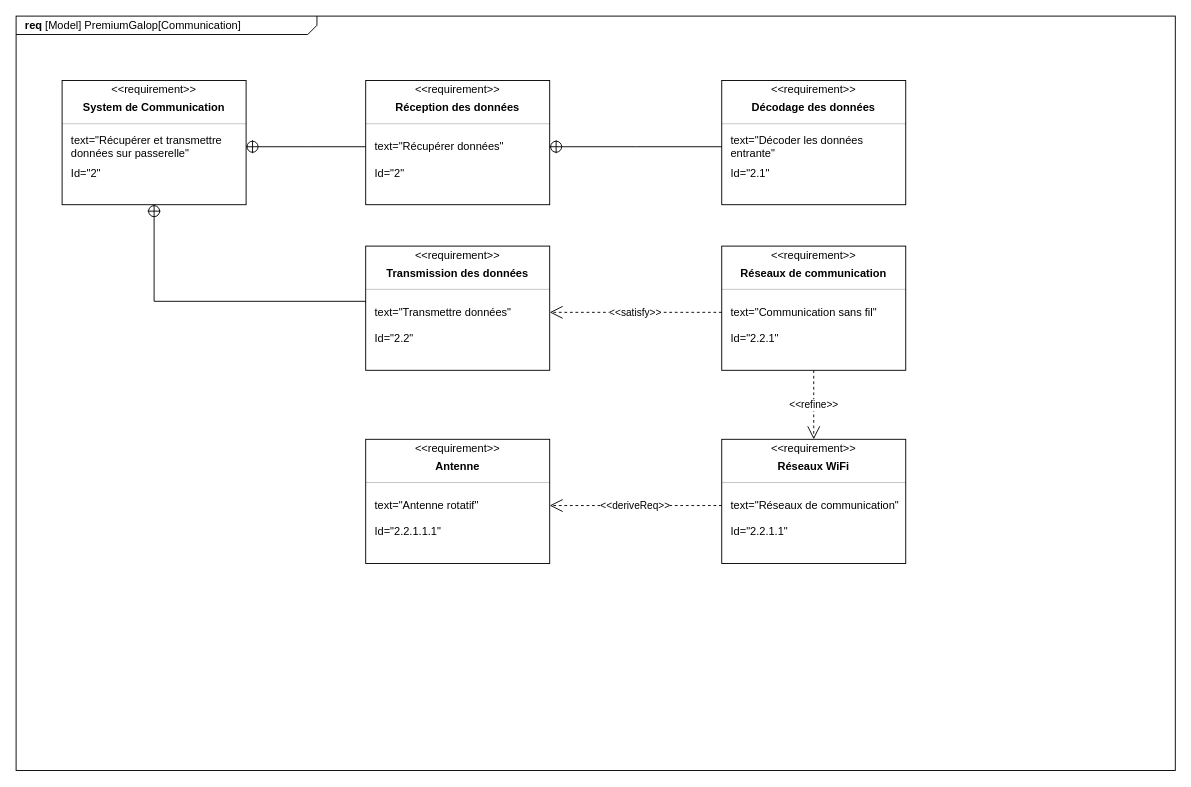
Before: SYSML/Requirement/D-requiremment_géolocalisation-T1.drawio in ToGen49/Hippodrome, a draw.io diagram. Source tidied: cells renumbered, new cells numbered last; positions are measured from the earlier drawing's top-left corner, leaving out a move shared by most shapes. Both pictures are drawn from the tidied source at 92%, with x=0, y=0 at pixel (16, 16).
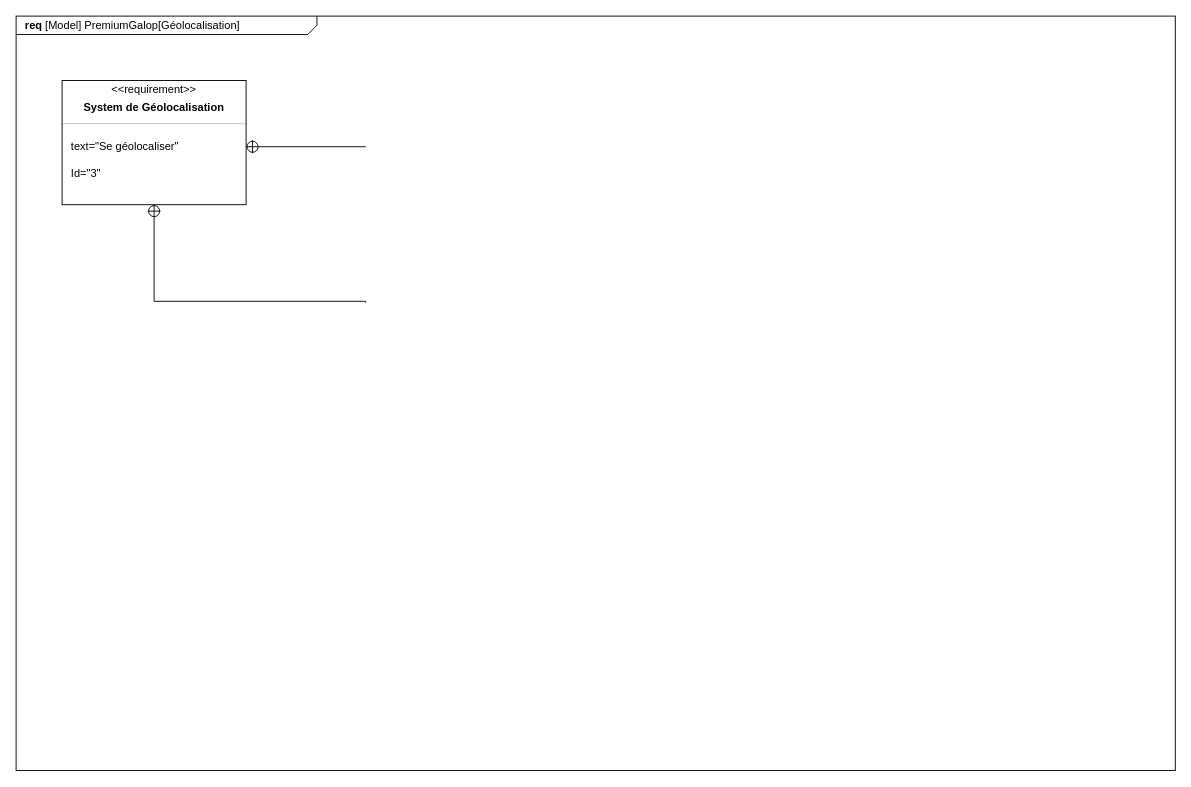
The same page after the edit.

Commit message (it also covers changes not shown here):
Mettre à jour D-requiremment_géolocalisation-T1.drawio

Unchanged cells that the change refers to:
```xml
<mxCell id="3" style="fontStyle=1;align=center;verticalAlign=middle;horizontal=1;" parent="1" vertex="1">
  <mxGeometry x="50" y="70" width="200" height="135" as="geometry" />
</mxCell>
<mxCell id="9" style="html=1;align=center;spacing=0;verticalAlign=middle;strokeColor=none;fillColor=none;whiteSpace=wrap;" parent="3" vertex="1">
  <mxGeometry y="109" width="200" height="26" as="geometry" />
</mxCell>
```

Diff of the diagram source:
```diff
@@
-    <mxCell id="2" value="&lt;p style=&quot;margin: 0px ; margin-top: 4px ; margin-left: 10px ; text-align: left&quot;&gt;&lt;b&gt;req&lt;/b&gt; [Model] PremiumGalop[Communication]&lt;/p&gt;" style="html=1;strokeWidth=1;shape=mxgraph.sysml.package;html=1;overflow=fill;whiteSpace=wrap;fillColor=none;gradientColor=none;fontSize=12;align=center;labelX=327.64;" parent="1" vertex="1">
+    <mxCell id="2" value="&lt;p style=&quot;margin: 0px ; margin-top: 4px ; margin-left: 10px ; text-align: left&quot;&gt;&lt;b&gt;req&lt;/b&gt; [Model] PremiumGalop[Géolocalisation]&lt;/p&gt;" style="html=1;strokeWidth=1;shape=mxgraph.sysml.package;html=1;overflow=fill;whiteSpace=wrap;fillColor=none;gradientColor=none;fontSize=12;align=center;labelX=327.64;" parent="1" vertex="1">
       <mxGeometry width="1260" height="820" as="geometry" />
     </mxCell>
@@
-    <mxCell id="5" value="System de Communication" style="html=1;align=center;spacing=0;verticalAlign=middle;strokeColor=none;fillColor=none;whiteSpace=wrap;fontStyle=1;" parent="3" vertex="1">
+    <mxCell id="5" value="System de Géolocalisation" style="html=1;align=center;spacing=0;verticalAlign=middle;strokeColor=none;fillColor=none;whiteSpace=wrap;fontStyle=1;" parent="3" vertex="1">
       <mxGeometry y="16" width="200" height="27" as="geometry" />
     </mxCell>
@@
-    <mxCell id="7" value="text=&quot;Récupérer et transmettre données sur passerelle&quot;" style="html=1;align=left;spacing=0;verticalAlign=middle;strokeColor=none;fillColor=none;whiteSpace=wrap;spacingLeft=10;" parent="3" vertex="1">
+    <mxCell id="7" value="text=&quot;Se géolocaliser&quot;" style="html=1;align=left;spacing=0;verticalAlign=middle;strokeColor=none;fillColor=none;whiteSpace=wrap;spacingLeft=10;" parent="3" vertex="1">
       <mxGeometry y="51" width="200" height="42" as="geometry" />
     </mxCell>
-    <mxCell id="8" value="Id=&quot;2&lt;span style=&quot;background-color: transparent; color: light-dark(rgb(0, 0, 0), rgb(255, 255, 255));&quot;&gt;&quot;&lt;/span&gt;" style="html=1;align=left;spacing=0;verticalAlign=middle;strokeColor=none;fillColor=none;whiteSpace=wrap;spacingLeft=10;" parent="3" vertex="1">
+    <mxCell id="8" value="Id=&quot;3&lt;span style=&quot;background-color: transparent; color: light-dark(rgb(0, 0, 0), rgb(255, 255, 255));&quot;&gt;&quot;&lt;/span&gt;" style="html=1;align=left;spacing=0;verticalAlign=middle;strokeColor=none;fillColor=none;whiteSpace=wrap;spacingLeft=10;" parent="3" vertex="1">
       <mxGeometry y="93" width="200" height="16" as="geometry" />
     </mxCell>
@@
-    <mxCell id="10" style="rounded=0;html=1;labelBackgroundColor=none;endArrow=none;edgeStyle=elbowEdgeStyle;elbow=vertical;startArrow=sysMLPackCont;startSize=12;exitX=1;exitY=0.5;exitDx=0;exitDy=0;entryX=0;entryY=0.5;entryDx=0;entryDy=0;" parent="1" edge="1" source="7" target="30">
-      <mxGeometry relative="1" as="geometry" />
+    <mxCell id="10" style="rounded=0;html=1;labelBackgroundColor=none;endArrow=none;edgeStyle=elbowEdgeStyle;elbow=vertical;startArrow=sysMLPackCont;startSize=12;exitX=1;exitY=0.5;exitDx=0;exitDy=0;entryX=0;entryY=0.5;entryDx=0;entryDy=0;" parent="1" edge="1" source="7">
+      <mxGeometry relative="1" as="geometry">
+        <mxPoint x="380" y="142" as="targetPoint" />
+      </mxGeometry>
     </mxCell>
-    <mxCell id="11" style="rounded=0;html=1;labelBackgroundColor=none;endArrow=none;edgeStyle=elbowEdgeStyle;elbow=vertical;startArrow=sysMLPackCont;startSize=12;entryX=0;entryY=0.25;entryDx=0;entryDy=0;exitX=0.5;exitY=1;exitDx=0;exitDy=0;" parent="1" edge="1" source="9" target="23">
+    <mxCell id="11" style="rounded=0;html=1;labelBackgroundColor=none;endArrow=none;edgeStyle=elbowEdgeStyle;elbow=vertical;startArrow=sysMLPackCont;startSize=12;entryX=0;entryY=0.25;entryDx=0;entryDy=0;exitX=0.5;exitY=1;exitDx=0;exitDy=0;" parent="1" edge="1" source="9">
       <mxGeometry relative="1" as="geometry">
+        <mxPoint x="380" y="311.5" as="targetPoint" />
         <Array as="points">
           <mxPoint x="250" y="310" />
         </Array>
       </mxGeometry>
     </mxCell>
-    <mxCell id="12" style="fontStyle=1;align=center;verticalAlign=middle;horizontal=1;" parent="1" vertex="1">
-      <mxGeometry x="767" y="70" width="200" height="135" as="geometry" />
-    </mxCell>
-    <mxCell id="13" value="&amp;lt;&amp;lt;requirement&amp;gt;&amp;gt;" style="html=1;align=center;spacing=0;verticalAlign=middle;strokeColor=none;fillColor=none;whiteSpace=wrap;spacingTop=3;" parent="12" vertex="1">
-      <mxGeometry width="200" height="16" as="geometry" />
-    </mxCell>
-    <mxCell id="14" value="Décodage des données" style="html=1;align=center;spacing=0;verticalAlign=middle;strokeColor=none;fillColor=none;whiteSpace=wrap;fontStyle=1;" parent="12" vertex="1">
-      <mxGeometry y="16" width="200" height="27" as="geometry" />
-    </mxCell>
-    <mxCell id="15" style="line;strokeWidth=0.25;fillColor=none;align=left;verticalAlign=middle;spacingTop=-1;spacingLeft=3;spacingRight=3;labelPosition=right;" parent="12" vertex="1">
-      <mxGeometry y="43" width="200" height="8" as="geometry" />
-    </mxCell>
-    <mxCell id="16" value="text=&quot;Décoder les données entrante&quot;" style="html=1;align=left;spacing=0;verticalAlign=middle;strokeColor=none;fillColor=none;whiteSpace=wrap;spacingLeft=10;" parent="12" vertex="1">
-      <mxGeometry y="51" width="200" height="42" as="geometry" />
-    </mxCell>
-    <mxCell id="17" value="Id=&quot;2.1&lt;span style=&quot;background-color: transparent; color: light-dark(rgb(0, 0, 0), rgb(255, 255, 255));&quot;&gt;&quot;&lt;/span&gt;" style="html=1;align=left;spacing=0;verticalAlign=middle;strokeColor=none;fillColor=none;whiteSpace=wrap;spacingLeft=10;" parent="12" vertex="1">
-      <mxGeometry y="93" width="200" height="16" as="geometry" />
-    </mxCell>
-    <mxCell id="18" style="html=1;align=center;spacing=0;verticalAlign=middle;strokeColor=none;fillColor=none;whiteSpace=wrap;" parent="12" vertex="1">
-      <mxGeometry y="109" width="200" height="26" as="geometry" />
-    </mxCell>
-    <mxCell id="19" style="fontStyle=1;align=center;verticalAlign=middle;horizontal=1;" parent="1" vertex="1">
-      <mxGeometry x="380" y="250" width="200" height="135" as="geometry" />
-    </mxCell>
-    <mxCell id="20" value="&amp;lt;&amp;lt;requirement&amp;gt;&amp;gt;" style="html=1;align=center;spacing=0;verticalAlign=middle;strokeColor=none;fillColor=none;whiteSpace=wrap;spacingTop=3;" parent="19" vertex="1">
-      <mxGeometry width="200" height="16" as="geometry" />
-    </mxCell>
-    <mxCell id="21" value="Transmission des données" style="html=1;align=center;spacing=0;verticalAlign=middle;strokeColor=none;fillColor=none;whiteSpace=wrap;fontStyle=1;" parent="19" vertex="1">
-      <mxGeometry y="16" width="200" height="27" as="geometry" />
-    </mxCell>
-    <mxCell id="22" style="line;strokeWidth=0.25;fillColor=none;align=left;verticalAlign=middle;spacingTop=-1;spacingLeft=3;spacingRight=3;labelPosition=right;" parent="19" vertex="1">
-      <mxGeometry y="43" width="200" height="8" as="geometry" />
-    </mxCell>
-    <mxCell id="23" value="text=&quot;Transmettre données&quot;" style="html=1;align=left;spacing=0;verticalAlign=middle;strokeColor=none;fillColor=none;whiteSpace=wrap;spacingLeft=10;" parent="19" vertex="1">
-      <mxGeometry y="51" width="200" height="42" as="geometry" />
-    </mxCell>
-    <mxCell id="24" value="Id=&quot;2.2&lt;span style=&quot;background-color: transparent; color: light-dark(rgb(0, 0, 0), rgb(255, 255, 255));&quot;&gt;&quot;&lt;/span&gt;" style="html=1;align=left;spacing=0;verticalAlign=middle;strokeColor=none;fillColor=none;whiteSpace=wrap;spacingLeft=10;" parent="19" vertex="1">
-      <mxGeometry y="93" width="200" height="16" as="geometry" />
-    </mxCell>
-    <mxCell id="25" style="html=1;align=center;spacing=0;verticalAlign=middle;strokeColor=none;fillColor=none;whiteSpace=wrap;" parent="19" vertex="1">
-      <mxGeometry y="109" width="200" height="26" as="geometry" />
-    </mxCell>
-    <mxCell id="26" style="fontStyle=1;align=center;verticalAlign=middle;horizontal=1;" parent="1" vertex="1">
-      <mxGeometry x="380" y="70" width="200" height="135" as="geometry" />
-    </mxCell>
-    <mxCell id="27" value="&amp;lt;&amp;lt;requirement&amp;gt;&amp;gt;" style="html=1;align=center;spacing=0;verticalAlign=middle;strokeColor=none;fillColor=none;whiteSpace=wrap;spacingTop=3;" parent="26" vertex="1">
-      <mxGeometry width="200" height="16" as="geometry" />
-    </mxCell>
-    <mxCell id="28" value="Réception des données" style="html=1;align=center;spacing=0;verticalAlign=middle;strokeColor=none;fillColor=none;whiteSpace=wrap;fontStyle=1;" parent="26" vertex="1">
-      <mxGeometry y="16" width="200" height="27" as="geometry" />
-    </mxCell>
-    <mxCell id="29" style="line;strokeWidth=0.25;fillColor=none;align=left;verticalAlign=middle;spacingTop=-1;spacingLeft=3;spacingRight=3;labelPosition=right;" parent="26" vertex="1">
-      <mxGeometry y="43" width="200" height="8" as="geometry" />
-    </mxCell>
-    <mxCell id="30" value="text=&quot;Récupérer données&quot;" style="html=1;align=left;spacing=0;verticalAlign=middle;strokeColor=none;fillColor=none;whiteSpace=wrap;spacingLeft=10;" parent="26" vertex="1">
-      <mxGeometry y="51" width="200" height="42" as="geometry" />
-    </mxCell>
-    <mxCell id="31" value="Id=&quot;2&lt;span style=&quot;background-color: transparent; color: light-dark(rgb(0, 0, 0), rgb(255, 255, 255));&quot;&gt;&quot;&lt;/span&gt;" style="html=1;align=left;spacing=0;verticalAlign=middle;strokeColor=none;fillColor=none;whiteSpace=wrap;spacingLeft=10;" parent="26" vertex="1">
-      <mxGeometry y="93" width="200" height="16" as="geometry" />
-    </mxCell>
-    <mxCell id="32" style="html=1;align=center;spacing=0;verticalAlign=middle;strokeColor=none;fillColor=none;whiteSpace=wrap;" parent="26" vertex="1">
-      <mxGeometry y="109" width="200" height="26" as="geometry" />
-    </mxCell>
-    <mxCell id="33" style="rounded=0;html=1;labelBackgroundColor=none;endArrow=none;edgeStyle=elbowEdgeStyle;elbow=vertical;startArrow=sysMLPackCont;startSize=12;exitX=1;exitY=0.5;exitDx=0;exitDy=0;entryX=0;entryY=0.5;entryDx=0;entryDy=0;" parent="1" edge="1" source="30" target="16">
-      <mxGeometry relative="1" as="geometry" />
-    </mxCell>
-    <mxCell id="34" style="fontStyle=1;align=center;verticalAlign=middle;horizontal=1;" parent="1" vertex="1">
-      <mxGeometry x="767" y="250" width="200" height="135" as="geometry" />
-    </mxCell>
-    <mxCell id="35" value="&amp;lt;&amp;lt;requirement&amp;gt;&amp;gt;" style="html=1;align=center;spacing=0;verticalAlign=middle;strokeColor=none;fillColor=none;whiteSpace=wrap;spacingTop=3;" parent="34" vertex="1">
-      <mxGeometry width="200" height="16" as="geometry" />
-    </mxCell>
-    <mxCell id="36" value="Réseaux de communication" style="html=1;align=center;spacing=0;verticalAlign=middle;strokeColor=none;fillColor=none;whiteSpace=wrap;fontStyle=1;" parent="34" vertex="1">
-      <mxGeometry y="16" width="200" height="27" as="geometry" />
-    </mxCell>
-    <mxCell id="37" style="line;strokeWidth=0.25;fillColor=none;align=left;verticalAlign=middle;spacingTop=-1;spacingLeft=3;spacingRight=3;labelPosition=right;" parent="34" vertex="1">
-      <mxGeometry y="43" width="200" height="8" as="geometry" />
-    </mxCell>
-    <mxCell id="38" value="text=&quot;Communication sans fil&quot;" style="html=1;align=left;spacing=0;verticalAlign=middle;strokeColor=none;fillColor=none;whiteSpace=wrap;spacingLeft=10;" parent="34" vertex="1">
-      <mxGeometry y="51" width="200" height="42" as="geometry" />
-    </mxCell>
-    <mxCell id="39" value="Id=&quot;2.2.1&lt;span style=&quot;background-color: transparent; color: light-dark(rgb(0, 0, 0), rgb(255, 255, 255));&quot;&gt;&quot;&lt;/span&gt;" style="html=1;align=left;spacing=0;verticalAlign=middle;strokeColor=none;fillColor=none;whiteSpace=wrap;spacingLeft=10;" parent="34" vertex="1">
-      <mxGeometry y="93" width="200" height="16" as="geometry" />
-    </mxCell>
-    <mxCell id="40" style="html=1;align=center;spacing=0;verticalAlign=middle;strokeColor=none;fillColor=none;whiteSpace=wrap;" parent="34" vertex="1">
-      <mxGeometry y="109" width="200" height="26" as="geometry" />
-    </mxCell>
-    <mxCell id="41" value="&amp;lt;&amp;lt;satisfy&amp;gt;&amp;gt;" style="endArrow=open;edgeStyle=none;endSize=12;dashed=1;html=1;rounded=0;exitX=0;exitY=0.5;exitDx=0;exitDy=0;entryX=1;entryY=0.5;entryDx=0;entryDy=0;" parent="1" edge="1" source="38" target="23">
-      <mxGeometry relative="1" as="geometry" />
-    </mxCell>
-    <mxCell id="42" style="fontStyle=1;align=center;verticalAlign=middle;horizontal=1;" parent="1" vertex="1">
-      <mxGeometry x="767" y="460" width="200" height="135" as="geometry" />
-    </mxCell>
-    <mxCell id="43" value="&amp;lt;&amp;lt;requirement&amp;gt;&amp;gt;" style="html=1;align=center;spacing=0;verticalAlign=middle;strokeColor=none;fillColor=none;whiteSpace=wrap;spacingTop=3;" parent="42" vertex="1">
-      <mxGeometry width="200" height="16" as="geometry" />
-    </mxCell>
-    <mxCell id="44" value="Réseaux WiFi" style="html=1;align=center;spacing=0;verticalAlign=middle;strokeColor=none;fillColor=none;whiteSpace=wrap;fontStyle=1;" parent="42" vertex="1">
-      <mxGeometry y="16" width="200" height="27" as="geometry" />
-    </mxCell>
-    <mxCell id="45" style="line;strokeWidth=0.25;fillColor=none;align=left;verticalAlign=middle;spacingTop=-1;spacingLeft=3;spacingRight=3;labelPosition=right;" parent="42" vertex="1">
-      <mxGeometry y="43" width="200" height="8" as="geometry" />
-    </mxCell>
-    <mxCell id="46" value="text=&quot;Réseaux de communication&quot;" style="html=1;align=left;spacing=0;verticalAlign=middle;strokeColor=none;fillColor=none;whiteSpace=wrap;spacingLeft=10;" parent="42" vertex="1">
-      <mxGeometry y="51" width="200" height="42" as="geometry" />
-    </mxCell>
-    <mxCell id="47" value="Id=&quot;2.2.1.1&lt;span style=&quot;background-color: transparent; color: light-dark(rgb(0, 0, 0), rgb(255, 255, 255));&quot;&gt;&quot;&lt;/span&gt;" style="html=1;align=left;spacing=0;verticalAlign=middle;strokeColor=none;fillColor=none;whiteSpace=wrap;spacingLeft=10;" parent="42" vertex="1">
-      <mxGeometry y="93" width="200" height="16" as="geometry" />
-    </mxCell>
-    <mxCell id="48" style="html=1;align=center;spacing=0;verticalAlign=middle;strokeColor=none;fillColor=none;whiteSpace=wrap;" parent="42" vertex="1">
-      <mxGeometry y="109" width="200" height="26" as="geometry" />
-    </mxCell>
-    <mxCell id="49" value="&amp;lt;&amp;lt;refine&amp;gt;&amp;gt;" style="endArrow=open;edgeStyle=none;endSize=12;dashed=1;html=1;rounded=0;exitX=0.5;exitY=1;exitDx=0;exitDy=0;entryX=0.5;entryY=0;entryDx=0;entryDy=0;" parent="1" edge="1" source="40" target="43">
-      <mxGeometry relative="1" as="geometry" />
-    </mxCell>
-    <mxCell id="50" style="fontStyle=1;align=center;verticalAlign=middle;horizontal=1;" parent="1" vertex="1">
-      <mxGeometry x="380" y="460" width="200" height="135" as="geometry" />
-    </mxCell>
-    <mxCell id="51" value="&amp;lt;&amp;lt;requirement&amp;gt;&amp;gt;" style="html=1;align=center;spacing=0;verticalAlign=middle;strokeColor=none;fillColor=none;whiteSpace=wrap;spacingTop=3;" parent="50" vertex="1">
-      <mxGeometry width="200" height="16" as="geometry" />
-    </mxCell>
-    <mxCell id="52" value="Antenne" style="html=1;align=center;spacing=0;verticalAlign=middle;strokeColor=none;fillColor=none;whiteSpace=wrap;fontStyle=1;" parent="50" vertex="1">
-      <mxGeometry y="16" width="200" height="27" as="geometry" />
-    </mxCell>
-    <mxCell id="53" style="line;strokeWidth=0.25;fillColor=none;align=left;verticalAlign=middle;spacingTop=-1;spacingLeft=3;spacingRight=3;labelPosition=right;" parent="50" vertex="1">
-      <mxGeometry y="43" width="200" height="8" as="geometry" />
-    </mxCell>
-    <mxCell id="54" value="text=&quot;Antenne rotatif&quot;" style="html=1;align=left;spacing=0;verticalAlign=middle;strokeColor=none;fillColor=none;whiteSpace=wrap;spacingLeft=10;" parent="50" vertex="1">
-      <mxGeometry y="51" width="200" height="42" as="geometry" />
-    </mxCell>
-    <mxCell id="55" value="Id=&quot;2.2.1.1.1&lt;span style=&quot;background-color: transparent; color: light-dark(rgb(0, 0, 0), rgb(255, 255, 255));&quot;&gt;&quot;&lt;/span&gt;" style="html=1;align=left;spacing=0;verticalAlign=middle;strokeColor=none;fillColor=none;whiteSpace=wrap;spacingLeft=10;" parent="50" vertex="1">
-      <mxGeometry y="93" width="200" height="16" as="geometry" />
-    </mxCell>
-    <mxCell id="56" style="html=1;align=center;spacing=0;verticalAlign=middle;strokeColor=none;fillColor=none;whiteSpace=wrap;" parent="50" vertex="1">
-      <mxGeometry y="109" width="200" height="26" as="geometry" />
-    </mxCell>
-    <mxCell id="57" value="&amp;lt;&amp;lt;deriveReq&amp;gt;&amp;gt;" style="endArrow=open;html=1;edgeStyle=none;endSize=12;dashed=1;rounded=0;entryX=1;entryY=0.5;entryDx=0;entryDy=0;exitX=0;exitY=0.5;exitDx=0;exitDy=0;" parent="1" edge="1" source="46" target="54">
-      <mxGeometry relative="1" as="geometry" />
-    </mxCell>
```
